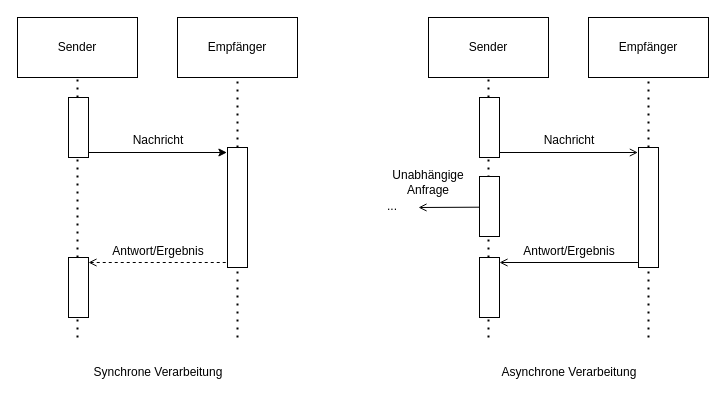
This is Paper/drawio/synchronVsAsynchron.drawio from murfei/FaultTolerantJobProcessing, a draw.io file, before an edit. Source tidied: cells renumbered, new cells numbered last; positions are measured from the earlier drawing's top-left corner, leaving out a move shared by most shapes. Both pictures are drawn from the tidied source at 100%, with x=0, y=0 at pixel (17, 17).
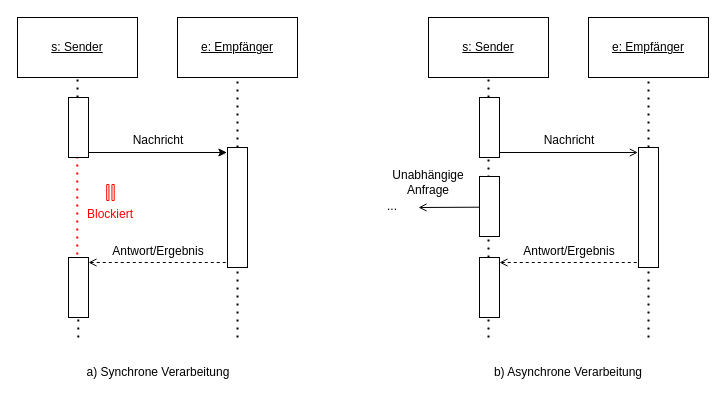
After the change.

What changed in the source:
```diff
@@
+    <mxCell id="34" style="endArrow=none;dashed=1;html=1;dashPattern=1 3;strokeWidth=2;rounded=0;strokeColor=#FF0000;" parent="1" edge="1">
+      <mxGeometry relative="1" as="geometry">
+        <mxPoint x="59.8" y="245" as="sourcePoint" />
+        <mxPoint x="59.8" y="119" as="targetPoint" />
+      </mxGeometry>
+    </mxCell>
+    <mxCell id="35" style="endArrow=none;dashed=1;html=1;dashPattern=1 3;strokeWidth=2;rounded=0;" parent="1" edge="1">
+      <mxGeometry relative="1" as="geometry">
+        <mxPoint x="60.8" y="320" as="sourcePoint" />
+        <mxPoint x="60.8" y="250" as="targetPoint" />
+      </mxGeometry>
+    </mxCell>
     <mxCell id="2" style="endArrow=none;dashed=1;html=1;dashPattern=1 3;strokeWidth=2;rounded=0;" parent="1" edge="1">
       <mxGeometry relative="1" as="geometry">
-        <mxPoint x="60" y="320" as="sourcePoint" />
-        <mxPoint x="60" y="60" as="targetPoint" />
+        <mxPoint x="60" y="136" as="sourcePoint" />
+        <mxPoint x="60" y="26" as="targetPoint" />
       </mxGeometry>
     </mxCell>
-    <mxCell id="3" value="Sender" style="rounded=0;whiteSpace=wrap;html=1;" parent="1" vertex="1">
+    <mxCell id="3" value="&lt;u&gt;s: Sender&lt;/u&gt;" style="rounded=0;whiteSpace=wrap;html=1;" parent="1" vertex="1">
       <mxGeometry width="120" height="60" as="geometry" />
     </mxCell>
@@
-    <mxCell id="5" value="Empfänger" style="rounded=0;whiteSpace=wrap;html=1;" parent="1" vertex="1">
+    <mxCell id="5" value="&lt;u&gt;e: Empfänger&lt;/u&gt;" style="rounded=0;whiteSpace=wrap;html=1;" parent="1" vertex="1">
       <mxGeometry x="160" width="120" height="60" as="geometry" />
     </mxCell>
@@
-    <mxCell id="16" value="Sender" style="rounded=0;whiteSpace=wrap;html=1;" parent="1" vertex="1">
+    <mxCell id="16" value="&lt;u&gt;s: Sender&lt;/u&gt;" style="rounded=0;whiteSpace=wrap;html=1;" parent="1" vertex="1">
       <mxGeometry x="411" width="120" height="60" as="geometry" />
     </mxCell>
@@
-    <mxCell id="18" value="Empfänger" style="rounded=0;whiteSpace=wrap;html=1;" parent="1" vertex="1">
+    <mxCell id="18" value="&lt;u&gt;e: Empfänger&lt;/u&gt;" style="rounded=0;whiteSpace=wrap;html=1;" parent="1" vertex="1">
       <mxGeometry x="571" width="120" height="60" as="geometry" />
     </mxCell>
@@
-    <mxCell id="25" style="endArrow=none;html=1;rounded=0;exitX=1;exitY=1;exitDx=0;exitDy=0;entryX=-0.029;entryY=0.125;entryDx=0;entryDy=0;entryPerimeter=0;endFill=0;startArrow=open;startFill=0;" parent="1" edge="1">
+    <mxCell id="25" style="endArrow=none;html=1;rounded=0;exitX=1;exitY=1;exitDx=0;exitDy=0;entryX=-0.029;entryY=0.125;entryDx=0;entryDy=0;entryPerimeter=0;endFill=0;startArrow=open;startFill=0;dashed=1;" parent="1" edge="1">
       <mxGeometry relative="1" as="geometry">
         <mxPoint x="482" y="245" as="sourcePoint" />
         <mxPoint x="620.4" y="245" as="targetPoint" />
       </mxGeometry>
     </mxCell>
@@
-    <mxCell id="32" value="Synchrone Verarbeitung" style="text;html=1;whiteSpace=wrap;strokeColor=none;fillColor=none;align=center;verticalAlign=middle;rounded=0;" parent="1" vertex="1">
+    <mxCell id="32" value="a) Synchrone Verarbeitung" style="text;html=1;whiteSpace=wrap;strokeColor=none;fillColor=none;align=center;verticalAlign=middle;rounded=0;" parent="1" vertex="1">
       <mxGeometry x="66" y="340" width="150" height="30" as="geometry" />
     </mxCell>
-    <mxCell id="33" value="Asynchrone Verarbeitung" style="text;html=1;whiteSpace=wrap;strokeColor=none;fillColor=none;align=center;verticalAlign=middle;rounded=0;" parent="1" vertex="1">
-      <mxGeometry x="477" y="340" width="150" height="30" as="geometry" />
+    <mxCell id="33" value="b) Asynchrone Verarbeitung" style="text;html=1;whiteSpace=wrap;strokeColor=none;fillColor=none;align=center;verticalAlign=middle;rounded=0;" parent="1" vertex="1">
+      <mxGeometry x="451" y="340" width="200" height="30" as="geometry" />
     </mxCell>
+    <mxCell id="36" style="group;" parent="1" vertex="1">
+      <mxGeometry x="63" y="167" width="60" height="45" as="geometry" />
+    </mxCell>
+    <mxCell id="37" value="&lt;span style=&quot;color: rgb(255, 0, 0);&quot;&gt;Blockiert&lt;/span&gt;" style="text;html=1;whiteSpace=wrap;strokeColor=none;fillColor=none;align=center;verticalAlign=middle;rounded=0;" parent="36" vertex="1">
+      <mxGeometry y="15" width="60" height="30" as="geometry" />
+    </mxCell>
+    <mxCell id="38" style="html=1;verticalLabelPosition=bottom;align=center;labelBackgroundColor=#ffffff;verticalAlign=top;strokeWidth=1;strokeColor=#FF0000;shadow=0;dashed=0;shape=mxgraph.ios7.icons.pause;" parent="36" vertex="1">
+      <mxGeometry x="26.2" width="7.5" height="16" as="geometry" />
+    </mxCell>
```
